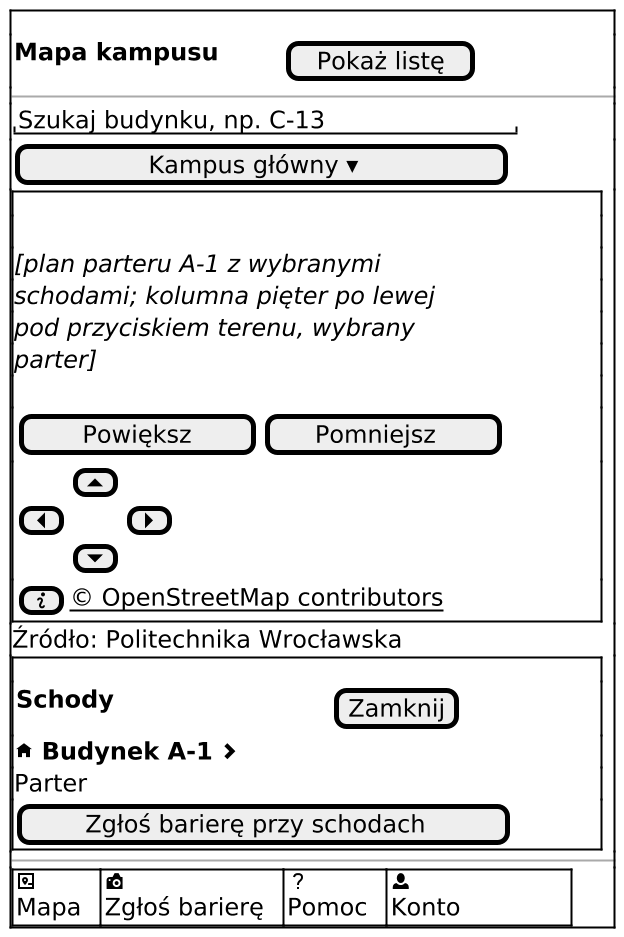
Before: docs/docs/_generated/m-v1-mapa-schody.png, a diagram exported from PlantUML (dostepny-kampus/dostepny-kampus).
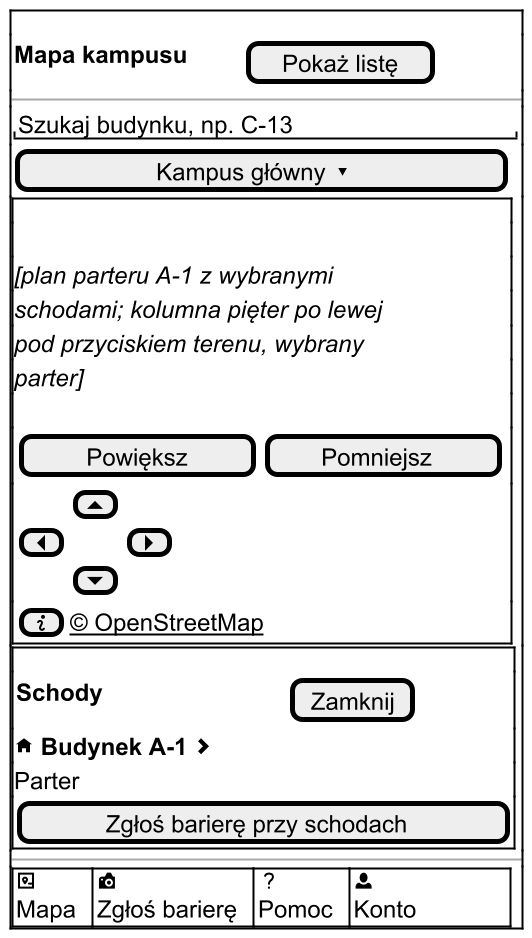
After the change.

The edit, as a diff of the source:
```diff
@@ -8,7 +8,6 @@
 $pole_tekstowe("Szukaj budynku, np. C-13")
 $przycisk("Kampus główny ▾")
 $mapa("plan parteru A-1 z wybranymi schodami; kolumna pięter po lewej pod przyciskiem terenu, wybrany parter", "", "info")
-Źródło: Politechnika Wrocławska
 $ramka()
 { <b>Schody</b>$dk_spacje(14) | [Zamknij] }
 $wiersz_budynku()
```
